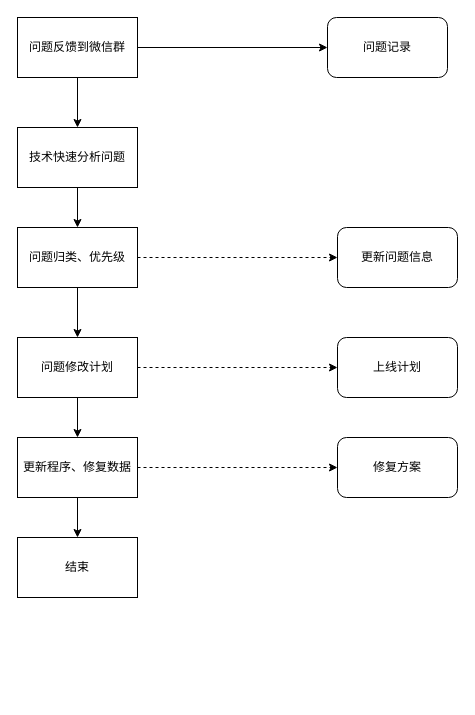
This is 未命名绘图.drawio from zhangfengman/autoJs, a draw.io file, before an edit. Source tidied: cells renumbered, new cells numbered last; positions are measured from the earlier drawing's top-left corner, leaving out a move shared by most shapes. Both pictures are drawn from the tidied source at 100%, with x=0, y=0 at pixel (17, 17).
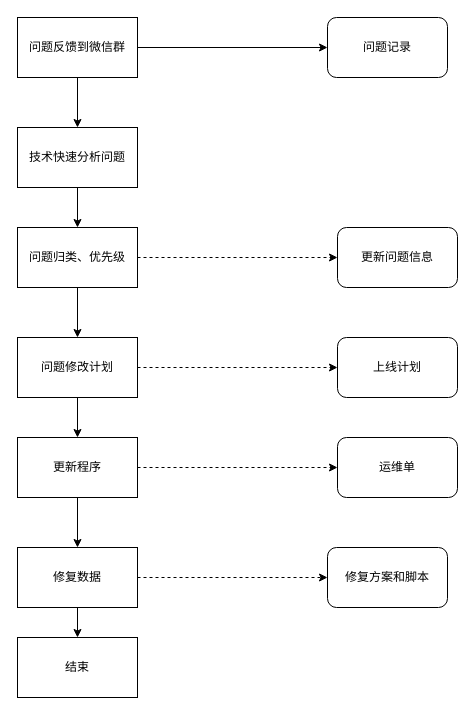
After the change.

Commit message:
更新未命名绘图.drawio

Diff of the diagram source:
```diff
@@
-    <mxCell id="13" style="edgeStyle=orthogonalEdgeStyle;rounded=0;jettySize=auto;html=1;entryX=0.5;entryY=0;entryDx=0;entryDy=0;" parent="1" edge="1" source="15" target="16">
-      <mxGeometry relative="1" as="geometry" />
-    </mxCell>
@@
+    <mxCell id="21" style="edgeStyle=orthogonalEdgeStyle;rounded=0;jettySize=auto;html=1;" parent="1" edge="1" source="15" target="24">
+      <mxGeometry relative="1" as="geometry" />
+    </mxCell>
-    <mxCell id="15" value="更新程序、修复数据" style="rounded=0;whiteSpace=wrap;html=1;" parent="1" vertex="1">
+    <mxCell id="15" value="更新程序" style="rounded=0;whiteSpace=wrap;html=1;" parent="1" vertex="1">
       <mxGeometry y="420" width="120" height="60" as="geometry" />
     </mxCell>
     <mxCell id="16" value="结束" style="rounded=0;whiteSpace=wrap;html=1;" parent="1" vertex="1">
-      <mxGeometry y="520" width="120" height="60" as="geometry" />
+      <mxGeometry y="620" width="120" height="60" as="geometry" />
     </mxCell>
@@
-    <mxCell id="19" value="修复方案" style="rounded=1;whiteSpace=wrap;html=1;" parent="1" vertex="1">
+    <mxCell id="19" value="运维单" style="rounded=1;whiteSpace=wrap;html=1;" parent="1" vertex="1">
       <mxGeometry x="320" y="420" width="120" height="60" as="geometry" />
     </mxCell>
@@
+    <mxCell id="22" style="edgeStyle=orthogonalEdgeStyle;rounded=0;jettySize=auto;html=1;" parent="1" edge="1" source="24" target="16">
+      <mxGeometry relative="1" as="geometry" />
+    </mxCell>
+    <mxCell id="23" style="edgeStyle=orthogonalEdgeStyle;rounded=0;jettySize=auto;html=1;dashed=1;" parent="1" edge="1" source="24" target="25">
+      <mxGeometry relative="1" as="geometry" />
+    </mxCell>
+    <mxCell id="24" value="修复数据" style="rounded=0;whiteSpace=wrap;html=1;" parent="1" vertex="1">
+      <mxGeometry y="530" width="120" height="60" as="geometry" />
+    </mxCell>
+    <mxCell id="25" value="修复方案和脚本" style="rounded=1;whiteSpace=wrap;html=1;" parent="1" vertex="1">
+      <mxGeometry x="310" y="530" width="120" height="60" as="geometry" />
+    </mxCell>
```
